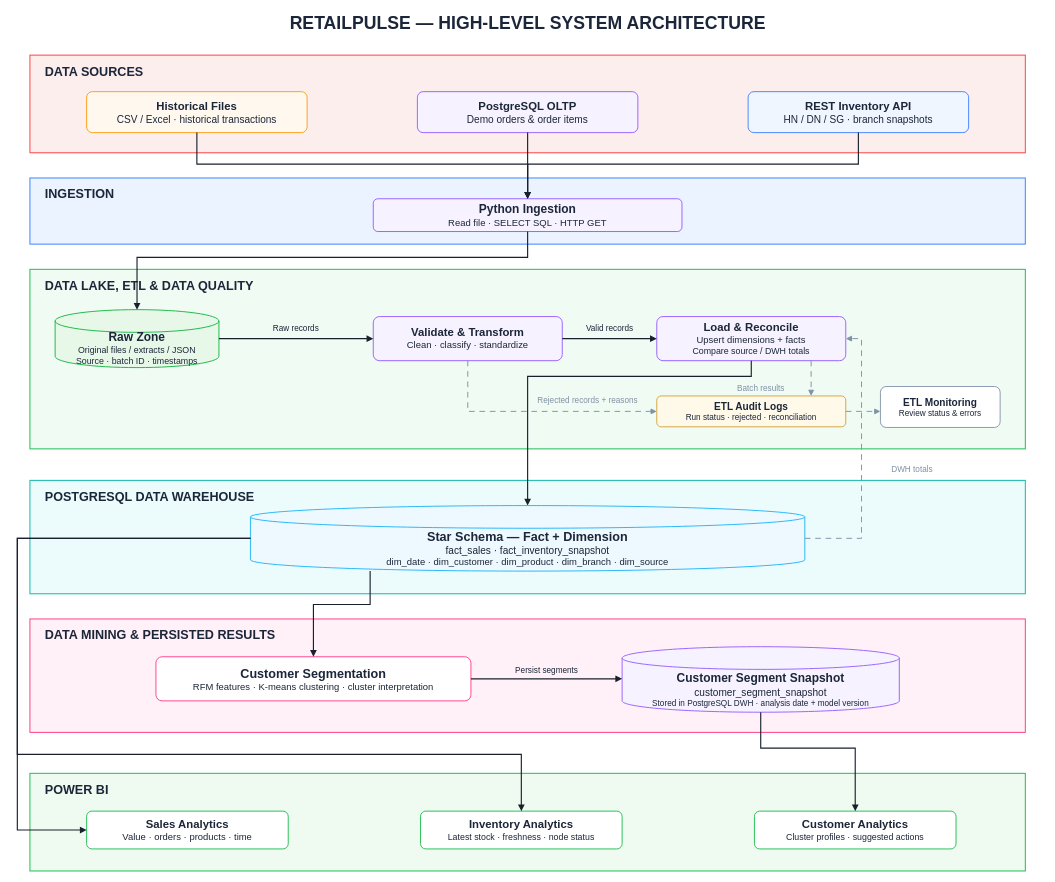
Above: docs/architecture/RetailPulse_HLD_v3.drawio in VIENDANBACK5/RetailPulse (draw.io), before the change. Source tidied: cells renumbered, new cells numbered last; positions are measured from the earlier drawing's top-left corner, leaving out a move shared by most shapes. Both pictures are drawn from the tidied source at 63%, with x=0, y=0 at pixel (11, 11).
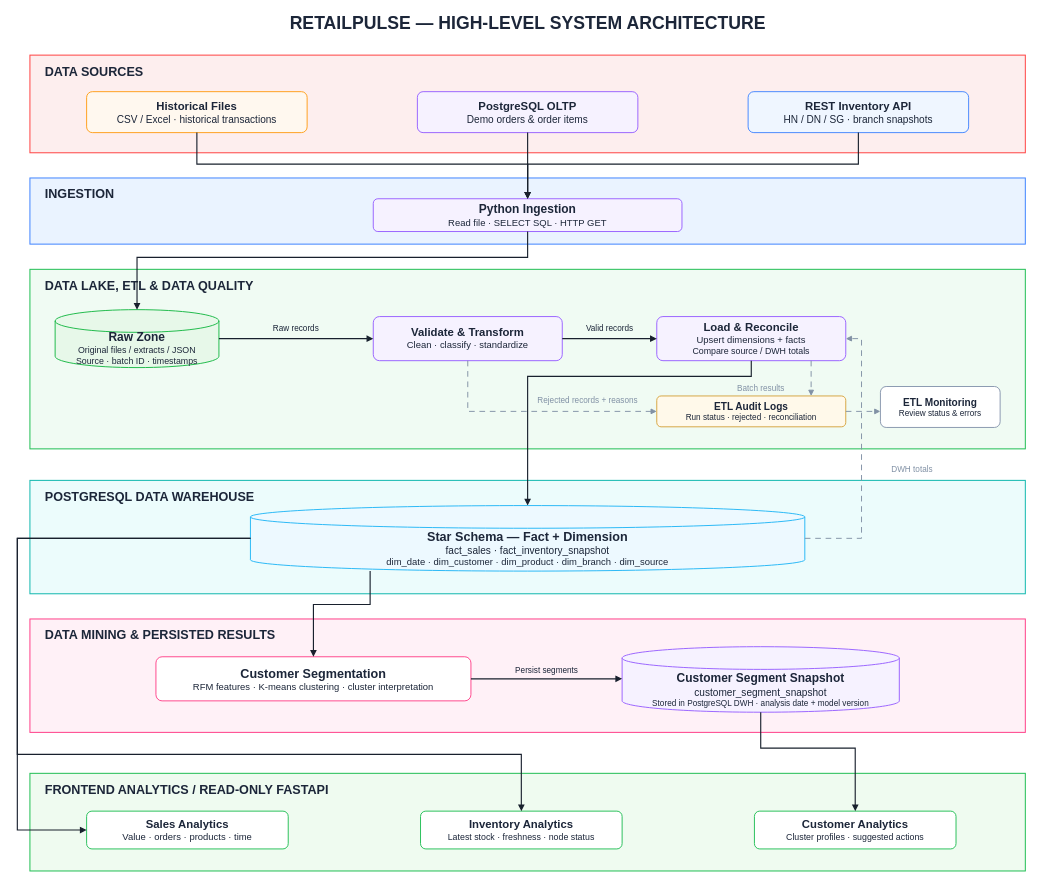
Above is the later version.

Diff of the diagram source:
```diff
@@
-    <mxCell id="13" value="POWER BI&amp;nbsp;" style="text;html=1;align=left;verticalAlign=middle;fontFamily=Arial;fontSize=20;fontStyle=1;fontColor=#1C2639;spacingLeft=0;" parent="1" vertex="1">
+    <mxCell id="13" value="FRONTEND ANALYTICS / READ-ONLY FASTAPI" style="text;html=1;align=left;verticalAlign=middle;fontFamily=Arial;fontSize=20;fontStyle=1;fontColor=#1C2639;spacingLeft=0;" parent="1" vertex="1">
       <mxGeometry x="52" y="1220" width="1536" height="30" as="geometry" />
     </mxCell>
```
